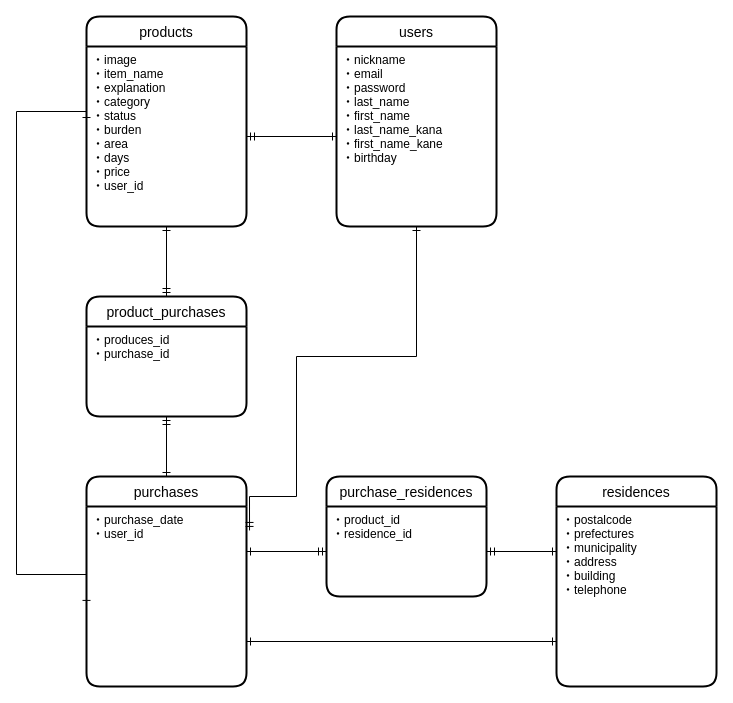
Earlier version of the draw.io diagram furima.dio (kaito121855/furima-31701). Source tidied: cells renumbered, new cells numbered last; positions are measured from the earlier drawing's top-left corner, leaving out a move shared by most shapes. Both pictures are drawn from the tidied source at 100%, with x=0, y=0 at pixel (16, 16).
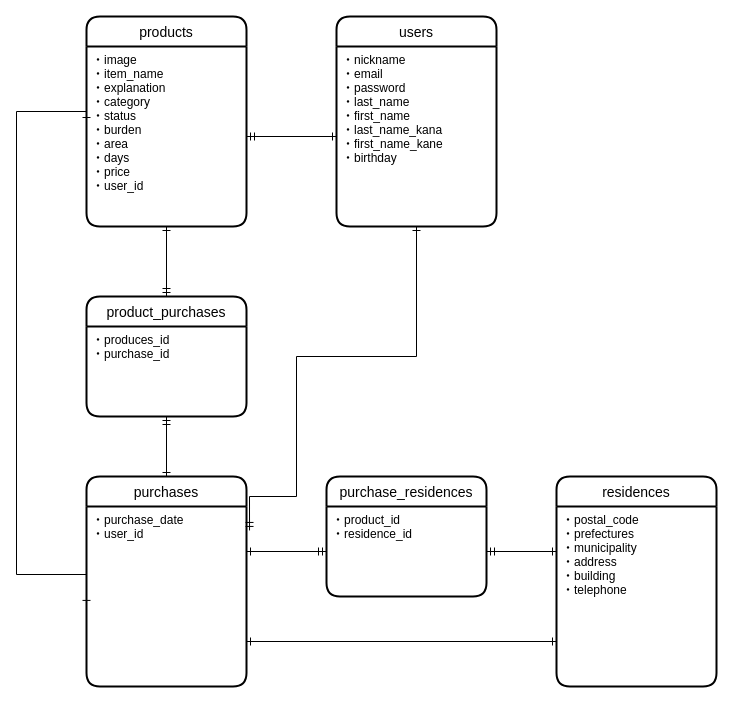
Above is the later version.

Unchanged cells that the change refers to:
```xml
<mxCell id="15" value="residences" style="swimlane;horizontal=1;startSize=30;rounded=1;fontSize=14;fontStyle=0;strokeWidth=2;shadow=0;dashed=0;align=center;" parent="1" vertex="1">
  <mxGeometry x="540" y="460" width="160" height="210" as="geometry" />
</mxCell>
```

Diff of the diagram source:
```diff
@@
-    <mxCell id="16" value="・postalcode&#10;・prefectures&#10;・municipality&#10;・address&#10;・building&#10;・telephone&#10;" style="align=left;strokeColor=none;fillColor=none;spacingLeft=4;fontSize=12;verticalAlign=top;" parent="15" vertex="1">
+    <mxCell id="16" value="・postal_code&#10;・prefectures&#10;・municipality&#10;・address&#10;・building&#10;・telephone&#10;" style="align=left;strokeColor=none;fillColor=none;spacingLeft=4;fontSize=12;verticalAlign=top;" parent="15" vertex="1">
       <mxGeometry y="30" width="160" height="180" as="geometry" />
     </mxCell>
```
